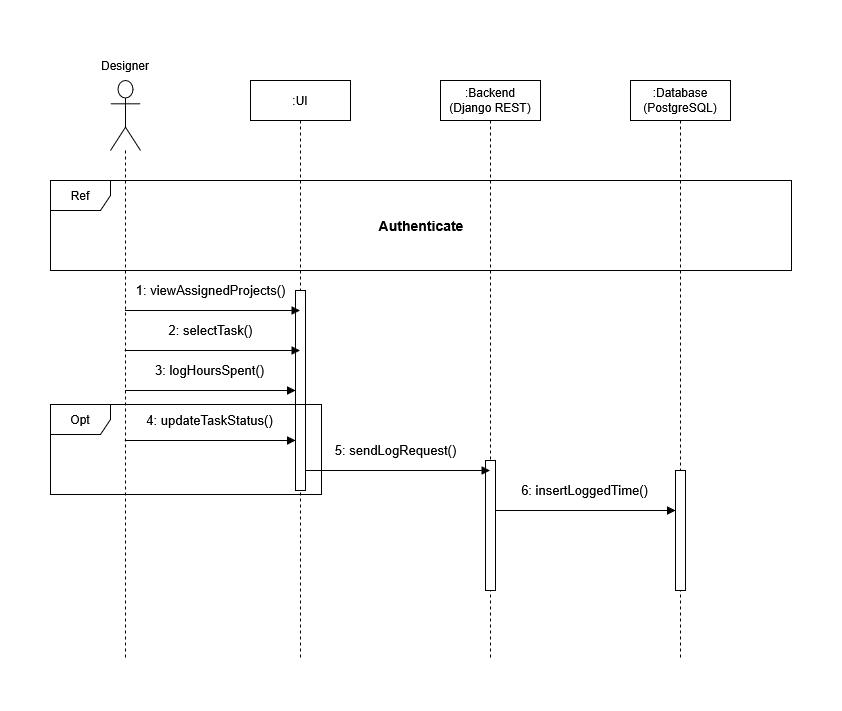
This is docs/diagrams/SequenceTimeLogging.drawio.png from mahdi000666/design-analytics, a draw.io export, as it was before one commit. Source tidied: cells renumbered, new cells last; positions are measured from the earlier drawing's top-left corner, leaving out a move shared by most shapes. Source of this version:
```xml
<mxGraphModel>
  <root>
    <mxCell id="0" />
    <mxCell id="1" parent="0" />
    <mxCell id="2" style="shape=umlLifeline;perimeter=lifelinePerimeter;whiteSpace=wrap;html=1;newEdgeStyle={&quot;curved&quot;:0,&quot;rounded&quot;:0};participant=umlActor;size=70;" parent="1" vertex="1">
      <mxGeometry x="60" y="30" width="30" height="580" as="geometry" />
    </mxCell>
    <mxCell id="3" value=":UI" style="shape=umlLifeline;perimeter=lifelinePerimeter;whiteSpace=wrap;html=1;newEdgeStyle={&quot;curved&quot;:0,&quot;rounded&quot;:0};" parent="1" vertex="1">
      <mxGeometry x="200" y="30" width="100" height="580" as="geometry" />
    </mxCell>
    <mxCell id="4" style="html=1;perimeter=orthogonalPerimeter;targetShapes=umlLifeline;newEdgeStyle={&quot;curved&quot;:0,&quot;rounded&quot;:0};" parent="3" vertex="1">
      <mxGeometry x="45" y="210" width="10" height="200" as="geometry" />
    </mxCell>
    <mxCell id="5" value="&lt;div&gt;:Backend&lt;/div&gt;&lt;div&gt;(Django REST)&lt;/div&gt;" style="shape=umlLifeline;perimeter=lifelinePerimeter;whiteSpace=wrap;html=1;newEdgeStyle={&quot;curved&quot;:0,&quot;rounded&quot;:0};" parent="1" vertex="1">
      <mxGeometry x="390" y="30" width="100" height="580" as="geometry" />
    </mxCell>
    <mxCell id="6" style="html=1;perimeter=orthogonalPerimeter;targetShapes=umlLifeline;newEdgeStyle={&quot;curved&quot;:0,&quot;rounded&quot;:0};" parent="5" vertex="1">
      <mxGeometry x="45" y="380" width="10" height="130" as="geometry" />
    </mxCell>
    <mxCell id="7" value="&lt;div&gt;:Database&lt;/div&gt;&lt;div&gt;(PostgreSQL)&lt;/div&gt;" style="shape=umlLifeline;perimeter=lifelinePerimeter;whiteSpace=wrap;html=1;newEdgeStyle={&quot;curved&quot;:0,&quot;rounded&quot;:0};" parent="1" vertex="1">
      <mxGeometry x="580" y="30" width="100" height="580" as="geometry" />
    </mxCell>
    <mxCell id="8" style="html=1;perimeter=orthogonalPerimeter;targetShapes=umlLifeline;newEdgeStyle={&quot;curved&quot;:0,&quot;rounded&quot;:0};" parent="7" vertex="1">
      <mxGeometry x="45" y="390" width="10" height="120" as="geometry" />
    </mxCell>
    <mxCell id="9" value="2: selectTask()" style="html=1;verticalAlign=bottom;endArrow=block;strokeWidth=1;fontSize=13;" parent="1" edge="1">
      <mxGeometry x="-0.02" y="10" relative="1" as="geometry">
        <mxPoint x="74.2" y="300" as="sourcePoint" />
        <mxPoint x="249.5" y="300" as="targetPoint" />
      </mxGeometry>
    </mxCell>
    <mxCell id="10" value="5: sendLogRequest()" style="html=1;verticalAlign=bottom;endArrow=block;strokeWidth=1;fontSize=13;" parent="1" edge="1">
      <mxGeometry x="-0.02" y="10" relative="1" as="geometry">
        <mxPoint x="255" y="420" as="sourcePoint" />
        <mxPoint x="439.5" y="420" as="targetPoint" />
      </mxGeometry>
    </mxCell>
    <mxCell id="11" value="6: insertLoggedTime()" style="html=1;verticalAlign=bottom;endArrow=block;strokeWidth=1;fontSize=13;" parent="1" edge="1">
      <mxGeometry x="-0.01" y="10" relative="1" as="geometry">
        <mxPoint x="445" y="460" as="sourcePoint" />
        <mxPoint x="625" y="460" as="targetPoint" />
      </mxGeometry>
    </mxCell>
    <mxCell id="12" value="Designer" style="text;html=1;whiteSpace=wrap;strokeColor=none;fillColor=none;align=center;verticalAlign=middle;rounded=0;" parent="1" vertex="1">
      <mxGeometry x="45" width="60" height="30" as="geometry" />
    </mxCell>
    <mxCell id="13" value="3: logHoursSpent()" style="html=1;verticalAlign=bottom;endArrow=block;strokeWidth=1;fontSize=13;" parent="1" edge="1">
      <mxGeometry x="-0.02" y="10" relative="1" as="geometry">
        <mxPoint x="74.6" y="340" as="sourcePoint" />
        <mxPoint x="245" y="340" as="targetPoint" />
      </mxGeometry>
    </mxCell>
    <mxCell id="14" value="Ref" style="shape=umlFrame;whiteSpace=wrap;html=1;" parent="1" vertex="1">
      <mxGeometry y="130" width="741" height="90" as="geometry" />
    </mxCell>
    <mxCell id="15" value="Authenticate" style="text;html=1;whiteSpace=wrap;strokeColor=none;fillColor=none;align=center;verticalAlign=middle;rounded=0;fontStyle=1;fontSize=14;" parent="1" vertex="1">
      <mxGeometry x="340.5" y="160" width="60" height="30" as="geometry" />
    </mxCell>
    <mxCell id="16" value="1: viewAssignedProjects()" style="html=1;verticalAlign=bottom;endArrow=block;strokeWidth=1;fontSize=13;" parent="1" edge="1">
      <mxGeometry x="-0.02" y="10" relative="1" as="geometry">
        <mxPoint x="74.5" y="260" as="sourcePoint" />
        <mxPoint x="249.5" y="260" as="targetPoint" />
      </mxGeometry>
    </mxCell>
    <mxCell id="17" value="Opt" style="shape=umlFrame;whiteSpace=wrap;html=1;" parent="1" vertex="1">
      <mxGeometry y="354" width="271" height="90" as="geometry" />
    </mxCell>
    <mxCell id="18" value="4: updateTaskStatus()" style="html=1;verticalAlign=bottom;endArrow=block;strokeWidth=1;fontSize=13;" parent="1" edge="1">
      <mxGeometry x="-0.02" y="10" relative="1" as="geometry">
        <mxPoint x="74.3" y="390" as="sourcePoint" />
        <mxPoint x="245" y="390" as="targetPoint" />
      </mxGeometry>
    </mxCell>
  </root>
</mxGraphModel>
```
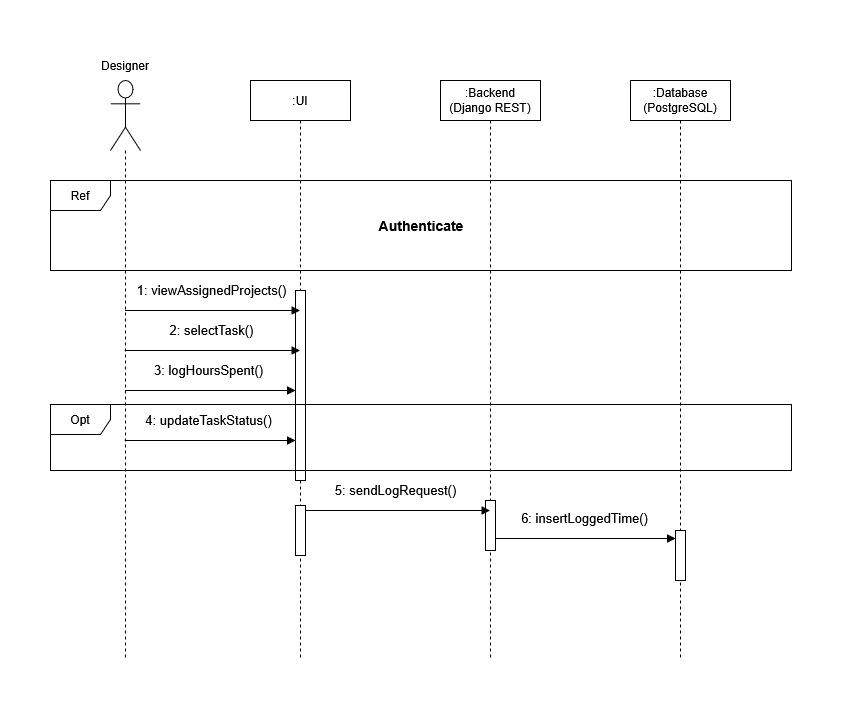
Above is the later version.

Diff of the diagram source:
```diff
@@ -9,19 +9,22 @@
       <mxGeometry x="200" y="30" width="100" height="580" as="geometry" />
     </mxCell>
     <mxCell id="4" style="html=1;perimeter=orthogonalPerimeter;targetShapes=umlLifeline;newEdgeStyle={&quot;curved&quot;:0,&quot;rounded&quot;:0};" parent="3" vertex="1">
-      <mxGeometry x="45" y="210" width="10" height="200" as="geometry" />
+      <mxGeometry x="45" y="210" width="10" height="190" as="geometry" />
     </mxCell>
+    <mxCell id="19" style="html=1;perimeter=orthogonalPerimeter;targetShapes=umlLifeline;newEdgeStyle={&quot;curved&quot;:0,&quot;rounded&quot;:0};" parent="3" vertex="1">
+      <mxGeometry x="45" y="425" width="10" height="50" as="geometry" />
+    </mxCell>
     <mxCell id="5" value="&lt;div&gt;:Backend&lt;/div&gt;&lt;div&gt;(Django REST)&lt;/div&gt;" style="shape=umlLifeline;perimeter=lifelinePerimeter;whiteSpace=wrap;html=1;newEdgeStyle={&quot;curved&quot;:0,&quot;rounded&quot;:0};" parent="1" vertex="1">
       <mxGeometry x="390" y="30" width="100" height="580" as="geometry" />
     </mxCell>
     <mxCell id="6" style="html=1;perimeter=orthogonalPerimeter;targetShapes=umlLifeline;newEdgeStyle={&quot;curved&quot;:0,&quot;rounded&quot;:0};" parent="5" vertex="1">
-      <mxGeometry x="45" y="380" width="10" height="130" as="geometry" />
+      <mxGeometry x="45" y="420" width="10" height="50" as="geometry" />
     </mxCell>
     <mxCell id="7" value="&lt;div&gt;:Database&lt;/div&gt;&lt;div&gt;(PostgreSQL)&lt;/div&gt;" style="shape=umlLifeline;perimeter=lifelinePerimeter;whiteSpace=wrap;html=1;newEdgeStyle={&quot;curved&quot;:0,&quot;rounded&quot;:0};" parent="1" vertex="1">
       <mxGeometry x="580" y="30" width="100" height="580" as="geometry" />
     </mxCell>
     <mxCell id="8" style="html=1;perimeter=orthogonalPerimeter;targetShapes=umlLifeline;newEdgeStyle={&quot;curved&quot;:0,&quot;rounded&quot;:0};" parent="7" vertex="1">
-      <mxGeometry x="45" y="390" width="10" height="120" as="geometry" />
+      <mxGeometry x="45" y="450" width="10" height="50" as="geometry" />
     </mxCell>
     <mxCell id="9" value="2: selectTask()" style="html=1;verticalAlign=bottom;endArrow=block;strokeWidth=1;fontSize=13;" parent="1" edge="1">
       <mxGeometry x="-0.02" y="10" relative="1" as="geometry">
@@ -31,14 +34,14 @@
     </mxCell>
     <mxCell id="10" value="5: sendLogRequest()" style="html=1;verticalAlign=bottom;endArrow=block;strokeWidth=1;fontSize=13;" parent="1" edge="1">
       <mxGeometry x="-0.02" y="10" relative="1" as="geometry">
-        <mxPoint x="255" y="420" as="sourcePoint" />
-        <mxPoint x="439.5" y="420" as="targetPoint" />
+        <mxPoint x="255" y="460" as="sourcePoint" />
+        <mxPoint x="439.5" y="460" as="targetPoint" />
       </mxGeometry>
     </mxCell>
     <mxCell id="11" value="6: insertLoggedTime()" style="html=1;verticalAlign=bottom;endArrow=block;strokeWidth=1;fontSize=13;" parent="1" edge="1">
       <mxGeometry x="-0.01" y="10" relative="1" as="geometry">
-        <mxPoint x="445" y="460" as="sourcePoint" />
-        <mxPoint x="625" y="460" as="targetPoint" />
+        <mxPoint x="445" y="488" as="sourcePoint" />
+        <mxPoint x="625" y="488" as="targetPoint" />
       </mxGeometry>
     </mxCell>
     <mxCell id="12" value="Designer" style="text;html=1;whiteSpace=wrap;strokeColor=none;fillColor=none;align=center;verticalAlign=middle;rounded=0;" parent="1" vertex="1">
@@ -63,7 +66,7 @@
       </mxGeometry>
     </mxCell>
     <mxCell id="17" value="Opt" style="shape=umlFrame;whiteSpace=wrap;html=1;" parent="1" vertex="1">
-      <mxGeometry y="354" width="271" height="90" as="geometry" />
+      <mxGeometry y="354" width="741" height="66" as="geometry" />
     </mxCell>
     <mxCell id="18" value="4: updateTaskStatus()" style="html=1;verticalAlign=bottom;endArrow=block;strokeWidth=1;fontSize=13;" parent="1" edge="1">
       <mxGeometry x="-0.02" y="10" relative="1" as="geometry">
```
